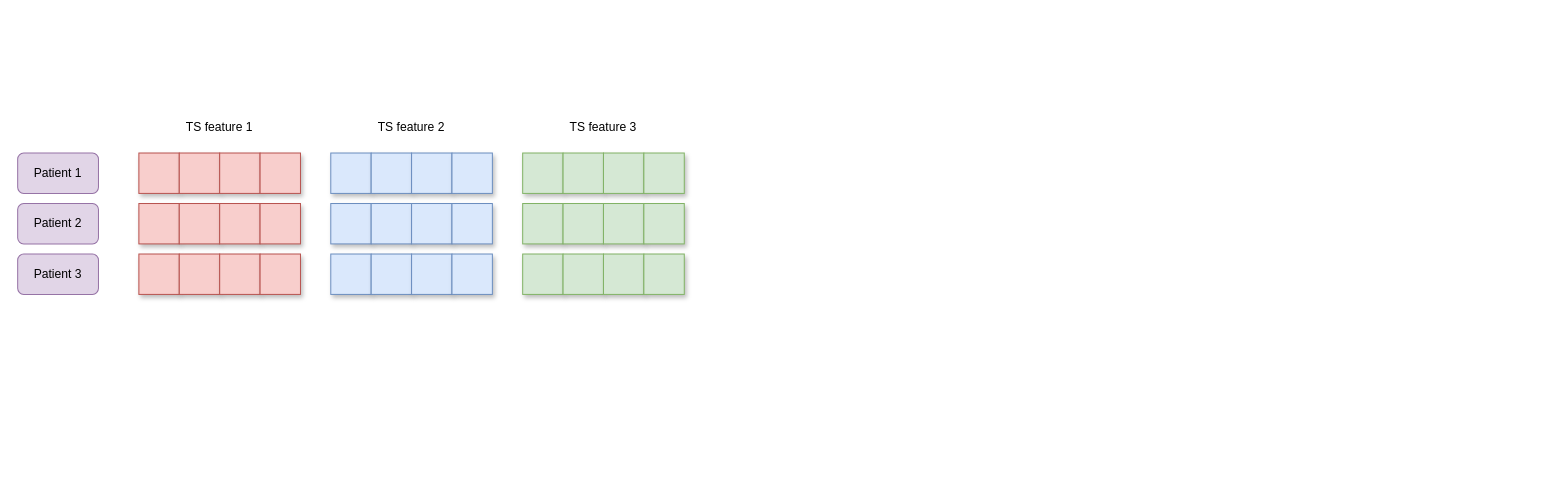
Before: diagrams/TSPFN-subspace.drawio in Jeremstym/pretrainingTSPFN, a draw.io diagram. Source tidied: cells renumbered, new cells numbered last; positions are measured from the earlier drawing's top-left corner, leaving out a move shared by most shapes. Both pictures are drawn from the tidied source at 101%, with x=0, y=0 at pixel (17, 112).
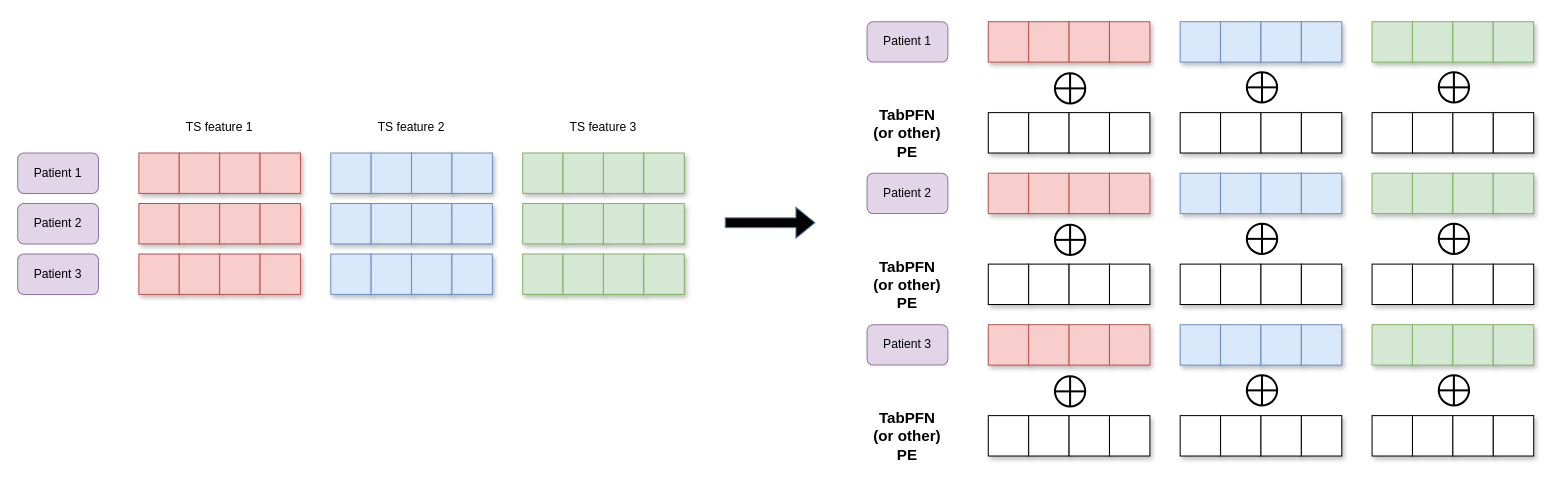
Above is the later version.

Commit message (it also covers changes not shown here):
Mettre à jour TSPFN-subspace.drawio

What changed in the source:
```diff
@@
+    <mxCell id="44" value="Patient 1" style="rounded=1;whiteSpace=wrap;html=1;fillColor=#e1d5e7;strokeColor=#9673a6;" parent="1" vertex="1">
+      <mxGeometry x="841" y="-90" width="80" height="40" as="geometry" />
+    </mxCell>
+    <mxCell id="45" value="Patient 2" style="rounded=1;whiteSpace=wrap;html=1;fillColor=#e1d5e7;strokeColor=#9673a6;" parent="1" vertex="1">
+      <mxGeometry x="841" y="60" width="80" height="40" as="geometry" />
+    </mxCell>
+    <mxCell id="46" value="Patient 3" style="rounded=1;whiteSpace=wrap;html=1;fillColor=#e1d5e7;strokeColor=#9673a6;" parent="1" vertex="1">
+      <mxGeometry x="841" y="210" width="80" height="40" as="geometry" />
+    </mxCell>
+    <mxCell id="47" style="rounded=0;whiteSpace=wrap;html=1;fillColor=#f8cecc;strokeColor=#b85450;shadow=1;" parent="1" vertex="1">
+      <mxGeometry x="961" y="-90" width="40" height="40" as="geometry" />
+    </mxCell>
+    <mxCell id="48" style="rounded=0;whiteSpace=wrap;html=1;fillColor=#f8cecc;strokeColor=#b85450;shadow=1;" parent="1" vertex="1">
+      <mxGeometry x="1001" y="-90" width="40" height="40" as="geometry" />
+    </mxCell>
+    <mxCell id="49" style="rounded=0;whiteSpace=wrap;html=1;fillColor=#f8cecc;strokeColor=#b85450;shadow=1;" parent="1" vertex="1">
+      <mxGeometry x="1041" y="-90" width="40" height="40" as="geometry" />
+    </mxCell>
+    <mxCell id="50" style="rounded=0;whiteSpace=wrap;html=1;fillColor=#f8cecc;strokeColor=#b85450;shadow=1;" parent="1" vertex="1">
+      <mxGeometry x="1081" y="-90" width="40" height="40" as="geometry" />
+    </mxCell>
+    <mxCell id="51" style="rounded=0;whiteSpace=wrap;html=1;fillColor=#dae8fc;strokeColor=#6c8ebf;shadow=1;" parent="1" vertex="1">
+      <mxGeometry x="1151" y="-90" width="40" height="40" as="geometry" />
+    </mxCell>
+    <mxCell id="52" style="rounded=0;whiteSpace=wrap;html=1;fillColor=#dae8fc;strokeColor=#6c8ebf;shadow=1;" parent="1" vertex="1">
+      <mxGeometry x="1191" y="-90" width="40" height="40" as="geometry" />
+    </mxCell>
+    <mxCell id="53" style="rounded=0;whiteSpace=wrap;html=1;fillColor=#dae8fc;strokeColor=#6c8ebf;shadow=1;" parent="1" vertex="1">
+      <mxGeometry x="1231" y="-90" width="40" height="40" as="geometry" />
+    </mxCell>
+    <mxCell id="54" style="rounded=0;whiteSpace=wrap;html=1;fillColor=#dae8fc;strokeColor=#6c8ebf;shadow=1;" parent="1" vertex="1">
+      <mxGeometry x="1271" y="-90" width="40" height="40" as="geometry" />
+    </mxCell>
+    <mxCell id="55" style="rounded=0;whiteSpace=wrap;html=1;fillColor=#d5e8d4;strokeColor=#82b366;shadow=1;" parent="1" vertex="1">
+      <mxGeometry x="1341" y="-90" width="40" height="40" as="geometry" />
+    </mxCell>
+    <mxCell id="56" style="rounded=0;whiteSpace=wrap;html=1;fillColor=#d5e8d4;strokeColor=#82b366;shadow=1;" parent="1" vertex="1">
+      <mxGeometry x="1381" y="-90" width="40" height="40" as="geometry" />
+    </mxCell>
+    <mxCell id="57" style="rounded=0;whiteSpace=wrap;html=1;fillColor=#d5e8d4;strokeColor=#82b366;shadow=1;" parent="1" vertex="1">
+      <mxGeometry x="1421" y="-90" width="40" height="40" as="geometry" />
+    </mxCell>
+    <mxCell id="58" style="rounded=0;whiteSpace=wrap;html=1;fillColor=#d5e8d4;strokeColor=#82b366;shadow=1;" parent="1" vertex="1">
+      <mxGeometry x="1461" y="-90" width="40" height="40" as="geometry" />
+    </mxCell>
+    <mxCell id="59" style="rounded=0;whiteSpace=wrap;html=1;fillColor=#f8cecc;strokeColor=#b85450;shadow=1;" parent="1" vertex="1">
+      <mxGeometry x="961" y="60" width="40" height="40" as="geometry" />
+    </mxCell>
+    <mxCell id="60" style="rounded=0;whiteSpace=wrap;html=1;fillColor=#f8cecc;strokeColor=#b85450;shadow=1;" parent="1" vertex="1">
+      <mxGeometry x="1001" y="60" width="40" height="40" as="geometry" />
+    </mxCell>
+    <mxCell id="61" style="rounded=0;whiteSpace=wrap;html=1;fillColor=#f8cecc;strokeColor=#b85450;shadow=1;" parent="1" vertex="1">
+      <mxGeometry x="1041" y="60" width="40" height="40" as="geometry" />
+    </mxCell>
+    <mxCell id="62" style="rounded=0;whiteSpace=wrap;html=1;fillColor=#f8cecc;strokeColor=#b85450;shadow=1;" parent="1" vertex="1">
+      <mxGeometry x="1081" y="60" width="40" height="40" as="geometry" />
+    </mxCell>
+    <mxCell id="63" style="rounded=0;whiteSpace=wrap;html=1;fillColor=#dae8fc;strokeColor=#6c8ebf;shadow=1;" parent="1" vertex="1">
+      <mxGeometry x="1151" y="60" width="40" height="40" as="geometry" />
+    </mxCell>
+    <mxCell id="64" style="rounded=0;whiteSpace=wrap;html=1;fillColor=#dae8fc;strokeColor=#6c8ebf;shadow=1;" parent="1" vertex="1">
+      <mxGeometry x="1191" y="60" width="40" height="40" as="geometry" />
+    </mxCell>
+    <mxCell id="65" style="rounded=0;whiteSpace=wrap;html=1;fillColor=#dae8fc;strokeColor=#6c8ebf;shadow=1;" parent="1" vertex="1">
+      <mxGeometry x="1231" y="60" width="40" height="40" as="geometry" />
+    </mxCell>
+    <mxCell id="66" style="rounded=0;whiteSpace=wrap;html=1;fillColor=#dae8fc;strokeColor=#6c8ebf;shadow=1;" parent="1" vertex="1">
+      <mxGeometry x="1271" y="60" width="40" height="40" as="geometry" />
+    </mxCell>
+    <mxCell id="67" style="rounded=0;whiteSpace=wrap;html=1;fillColor=#d5e8d4;strokeColor=#82b366;shadow=1;" parent="1" vertex="1">
+      <mxGeometry x="1341" y="60" width="40" height="40" as="geometry" />
+    </mxCell>
+    <mxCell id="68" style="rounded=0;whiteSpace=wrap;html=1;fillColor=#d5e8d4;strokeColor=#82b366;shadow=1;" parent="1" vertex="1">
+      <mxGeometry x="1381" y="60" width="40" height="40" as="geometry" />
+    </mxCell>
+    <mxCell id="69" style="rounded=0;whiteSpace=wrap;html=1;fillColor=#d5e8d4;strokeColor=#82b366;shadow=1;" parent="1" vertex="1">
+      <mxGeometry x="1421" y="60" width="40" height="40" as="geometry" />
+    </mxCell>
+    <mxCell id="70" style="rounded=0;whiteSpace=wrap;html=1;fillColor=#d5e8d4;strokeColor=#82b366;shadow=1;" parent="1" vertex="1">
+      <mxGeometry x="1461" y="60" width="40" height="40" as="geometry" />
+    </mxCell>
+    <mxCell id="71" style="rounded=0;whiteSpace=wrap;html=1;fillColor=#f8cecc;strokeColor=#b85450;shadow=1;" parent="1" vertex="1">
+      <mxGeometry x="961" y="210" width="40" height="40" as="geometry" />
+    </mxCell>
+    <mxCell id="72" style="rounded=0;whiteSpace=wrap;html=1;fillColor=#f8cecc;strokeColor=#b85450;shadow=1;" parent="1" vertex="1">
+      <mxGeometry x="1001" y="210" width="40" height="40" as="geometry" />
+    </mxCell>
+    <mxCell id="73" style="rounded=0;whiteSpace=wrap;html=1;fillColor=#f8cecc;strokeColor=#b85450;shadow=1;" parent="1" vertex="1">
+      <mxGeometry x="1041" y="210" width="40" height="40" as="geometry" />
+    </mxCell>
+    <mxCell id="74" style="rounded=0;whiteSpace=wrap;html=1;fillColor=#f8cecc;strokeColor=#b85450;shadow=1;" parent="1" vertex="1">
+      <mxGeometry x="1081" y="210" width="40" height="40" as="geometry" />
+    </mxCell>
+    <mxCell id="75" style="rounded=0;whiteSpace=wrap;html=1;fillColor=#dae8fc;strokeColor=#6c8ebf;shadow=1;" parent="1" vertex="1">
+      <mxGeometry x="1151" y="210" width="40" height="40" as="geometry" />
+    </mxCell>
+    <mxCell id="76" style="rounded=0;whiteSpace=wrap;html=1;fillColor=#dae8fc;strokeColor=#6c8ebf;shadow=1;" parent="1" vertex="1">
+      <mxGeometry x="1191" y="210" width="40" height="40" as="geometry" />
+    </mxCell>
+    <mxCell id="77" style="rounded=0;whiteSpace=wrap;html=1;fillColor=#dae8fc;strokeColor=#6c8ebf;shadow=1;" parent="1" vertex="1">
+      <mxGeometry x="1231" y="210" width="40" height="40" as="geometry" />
+    </mxCell>
+    <mxCell id="78" style="rounded=0;whiteSpace=wrap;html=1;fillColor=#dae8fc;strokeColor=#6c8ebf;shadow=1;" parent="1" vertex="1">
+      <mxGeometry x="1271" y="210" width="40" height="40" as="geometry" />
+    </mxCell>
+    <mxCell id="79" style="rounded=0;whiteSpace=wrap;html=1;fillColor=#d5e8d4;strokeColor=#82b366;shadow=1;" parent="1" vertex="1">
+      <mxGeometry x="1341" y="210" width="40" height="40" as="geometry" />
+    </mxCell>
+    <mxCell id="80" style="rounded=0;whiteSpace=wrap;html=1;fillColor=#d5e8d4;strokeColor=#82b366;shadow=1;" parent="1" vertex="1">
+      <mxGeometry x="1381" y="210" width="40" height="40" as="geometry" />
+    </mxCell>
+    <mxCell id="81" style="rounded=0;whiteSpace=wrap;html=1;fillColor=#d5e8d4;strokeColor=#82b366;shadow=1;" parent="1" vertex="1">
+      <mxGeometry x="1421" y="210" width="40" height="40" as="geometry" />
+    </mxCell>
+    <mxCell id="82" style="rounded=0;whiteSpace=wrap;html=1;fillColor=#d5e8d4;strokeColor=#82b366;shadow=1;" parent="1" vertex="1">
+      <mxGeometry x="1461" y="210" width="40" height="40" as="geometry" />
+    </mxCell>
+    <mxCell id="83" style="rounded=0;whiteSpace=wrap;html=1;shadow=1;" parent="1" vertex="1">
+      <mxGeometry x="961" width="40" height="40" as="geometry" />
+    </mxCell>
+    <mxCell id="84" style="rounded=0;whiteSpace=wrap;html=1;shadow=1;" parent="1" vertex="1">
+      <mxGeometry x="1001" width="40" height="40" as="geometry" />
+    </mxCell>
+    <mxCell id="85" style="rounded=0;whiteSpace=wrap;html=1;shadow=1;" parent="1" vertex="1">
+      <mxGeometry x="1041" width="40" height="40" as="geometry" />
+    </mxCell>
+    <mxCell id="86" style="rounded=0;whiteSpace=wrap;html=1;shadow=1;" parent="1" vertex="1">
+      <mxGeometry x="1081" width="40" height="40" as="geometry" />
+    </mxCell>
+    <mxCell id="87" style="rounded=0;whiteSpace=wrap;html=1;shadow=1;" parent="1" vertex="1">
+      <mxGeometry x="1151" width="40" height="40" as="geometry" />
+    </mxCell>
+    <mxCell id="88" style="rounded=0;whiteSpace=wrap;html=1;shadow=1;" parent="1" vertex="1">
+      <mxGeometry x="1191" width="40" height="40" as="geometry" />
+    </mxCell>
+    <mxCell id="89" style="rounded=0;whiteSpace=wrap;html=1;shadow=1;" parent="1" vertex="1">
+      <mxGeometry x="1231" width="40" height="40" as="geometry" />
+    </mxCell>
+    <mxCell id="90" style="rounded=0;whiteSpace=wrap;html=1;shadow=1;" parent="1" vertex="1">
+      <mxGeometry x="1271" width="40" height="40" as="geometry" />
+    </mxCell>
+    <mxCell id="91" style="rounded=0;whiteSpace=wrap;html=1;shadow=1;" parent="1" vertex="1">
+      <mxGeometry x="1341" width="40" height="40" as="geometry" />
+    </mxCell>
+    <mxCell id="92" style="rounded=0;whiteSpace=wrap;html=1;shadow=1;" parent="1" vertex="1">
+      <mxGeometry x="1381" width="40" height="40" as="geometry" />
+    </mxCell>
+    <mxCell id="93" style="rounded=0;whiteSpace=wrap;html=1;shadow=1;" parent="1" vertex="1">
+      <mxGeometry x="1421" width="40" height="40" as="geometry" />
+    </mxCell>
+    <mxCell id="94" style="rounded=0;whiteSpace=wrap;html=1;shadow=1;" parent="1" vertex="1">
+      <mxGeometry x="1461" width="40" height="40" as="geometry" />
+    </mxCell>
+    <mxCell id="95" style="shape=orEllipse;perimeter=ellipsePerimeter;whiteSpace=wrap;html=1;backgroundOutline=1;strokeWidth=2;" parent="1" vertex="1">
+      <mxGeometry x="1027" y="-39" width="30" height="30" as="geometry" />
+    </mxCell>
+    <mxCell id="96" style="shape=orEllipse;perimeter=ellipsePerimeter;whiteSpace=wrap;html=1;backgroundOutline=1;strokeWidth=2;" parent="1" vertex="1">
+      <mxGeometry x="1217" y="-40" width="30" height="30" as="geometry" />
+    </mxCell>
+    <mxCell id="97" style="shape=orEllipse;perimeter=ellipsePerimeter;whiteSpace=wrap;html=1;backgroundOutline=1;strokeWidth=2;" parent="1" vertex="1">
+      <mxGeometry x="1407" y="-40" width="30" height="30" as="geometry" />
+    </mxCell>
+    <mxCell id="98" style="rounded=0;whiteSpace=wrap;html=1;shadow=1;" parent="1" vertex="1">
+      <mxGeometry x="961" y="150" width="40" height="40" as="geometry" />
+    </mxCell>
+    <mxCell id="99" style="rounded=0;whiteSpace=wrap;html=1;shadow=1;" parent="1" vertex="1">
+      <mxGeometry x="1001" y="150" width="40" height="40" as="geometry" />
+    </mxCell>
+    <mxCell id="100" style="rounded=0;whiteSpace=wrap;html=1;shadow=1;" parent="1" vertex="1">
+      <mxGeometry x="1041" y="150" width="40" height="40" as="geometry" />
+    </mxCell>
+    <mxCell id="101" style="rounded=0;whiteSpace=wrap;html=1;shadow=1;" parent="1" vertex="1">
+      <mxGeometry x="1081" y="150" width="40" height="40" as="geometry" />
+    </mxCell>
+    <mxCell id="102" style="rounded=0;whiteSpace=wrap;html=1;shadow=1;" parent="1" vertex="1">
+      <mxGeometry x="1151" y="150" width="40" height="40" as="geometry" />
+    </mxCell>
+    <mxCell id="103" style="rounded=0;whiteSpace=wrap;html=1;shadow=1;" parent="1" vertex="1">
+      <mxGeometry x="1191" y="150" width="40" height="40" as="geometry" />
+    </mxCell>
+    <mxCell id="104" style="rounded=0;whiteSpace=wrap;html=1;shadow=1;" parent="1" vertex="1">
+      <mxGeometry x="1231" y="150" width="40" height="40" as="geometry" />
+    </mxCell>
+    <mxCell id="105" style="rounded=0;whiteSpace=wrap;html=1;shadow=1;" parent="1" vertex="1">
+      <mxGeometry x="1271" y="150" width="40" height="40" as="geometry" />
+    </mxCell>
+    <mxCell id="106" style="rounded=0;whiteSpace=wrap;html=1;shadow=1;" parent="1" vertex="1">
+      <mxGeometry x="1341" y="150" width="40" height="40" as="geometry" />
+    </mxCell>
+    <mxCell id="107" style="rounded=0;whiteSpace=wrap;html=1;shadow=1;" parent="1" vertex="1">
+      <mxGeometry x="1381" y="150" width="40" height="40" as="geometry" />
+    </mxCell>
+    <mxCell id="108" style="rounded=0;whiteSpace=wrap;html=1;shadow=1;" parent="1" vertex="1">
+      <mxGeometry x="1421" y="150" width="40" height="40" as="geometry" />
+    </mxCell>
+    <mxCell id="109" style="rounded=0;whiteSpace=wrap;html=1;shadow=1;" parent="1" vertex="1">
+      <mxGeometry x="1461" y="150" width="40" height="40" as="geometry" />
+    </mxCell>
+    <mxCell id="110" style="shape=orEllipse;perimeter=ellipsePerimeter;whiteSpace=wrap;html=1;backgroundOutline=1;strokeWidth=2;" parent="1" vertex="1">
+      <mxGeometry x="1027" y="111" width="30" height="30" as="geometry" />
+    </mxCell>
+    <mxCell id="111" style="shape=orEllipse;perimeter=ellipsePerimeter;whiteSpace=wrap;html=1;backgroundOutline=1;strokeWidth=2;" parent="1" vertex="1">
+      <mxGeometry x="1217" y="110" width="30" height="30" as="geometry" />
+    </mxCell>
+    <mxCell id="112" style="shape=orEllipse;perimeter=ellipsePerimeter;whiteSpace=wrap;html=1;backgroundOutline=1;strokeWidth=2;" parent="1" vertex="1">
+      <mxGeometry x="1407" y="110" width="30" height="30" as="geometry" />
+    </mxCell>
+    <mxCell id="113" style="rounded=0;whiteSpace=wrap;html=1;shadow=1;" parent="1" vertex="1">
+      <mxGeometry x="961" y="300" width="40" height="40" as="geometry" />
+    </mxCell>
+    <mxCell id="114" style="rounded=0;whiteSpace=wrap;html=1;shadow=1;" parent="1" vertex="1">
+      <mxGeometry x="1001" y="300" width="40" height="40" as="geometry" />
+    </mxCell>
+    <mxCell id="115" style="rounded=0;whiteSpace=wrap;html=1;shadow=1;" parent="1" vertex="1">
+      <mxGeometry x="1041" y="300" width="40" height="40" as="geometry" />
+    </mxCell>
+    <mxCell id="116" style="rounded=0;whiteSpace=wrap;html=1;shadow=1;" parent="1" vertex="1">
+      <mxGeometry x="1081" y="300" width="40" height="40" as="geometry" />
+    </mxCell>
+    <mxCell id="117" style="rounded=0;whiteSpace=wrap;html=1;shadow=1;" parent="1" vertex="1">
+      <mxGeometry x="1151" y="300" width="40" height="40" as="geometry" />
+    </mxCell>
+    <mxCell id="118" style="rounded=0;whiteSpace=wrap;html=1;shadow=1;" parent="1" vertex="1">
+      <mxGeometry x="1191" y="300" width="40" height="40" as="geometry" />
+    </mxCell>
+    <mxCell id="119" style="rounded=0;whiteSpace=wrap;html=1;shadow=1;" parent="1" vertex="1">
+      <mxGeometry x="1231" y="300" width="40" height="40" as="geometry" />
+    </mxCell>
+    <mxCell id="120" style="rounded=0;whiteSpace=wrap;html=1;shadow=1;" parent="1" vertex="1">
+      <mxGeometry x="1271" y="300" width="40" height="40" as="geometry" />
+    </mxCell>
+    <mxCell id="121" style="rounded=0;whiteSpace=wrap;html=1;shadow=1;" parent="1" vertex="1">
+      <mxGeometry x="1341" y="300" width="40" height="40" as="geometry" />
+    </mxCell>
+    <mxCell id="122" style="rounded=0;whiteSpace=wrap;html=1;shadow=1;" parent="1" vertex="1">
+      <mxGeometry x="1381" y="300" width="40" height="40" as="geometry" />
+    </mxCell>
+    <mxCell id="123" style="rounded=0;whiteSpace=wrap;html=1;shadow=1;" parent="1" vertex="1">
+      <mxGeometry x="1421" y="300" width="40" height="40" as="geometry" />
+    </mxCell>
+    <mxCell id="124" style="rounded=0;whiteSpace=wrap;html=1;shadow=1;" parent="1" vertex="1">
+      <mxGeometry x="1461" y="300" width="40" height="40" as="geometry" />
+    </mxCell>
+    <mxCell id="125" style="shape=orEllipse;perimeter=ellipsePerimeter;whiteSpace=wrap;html=1;backgroundOutline=1;strokeWidth=2;" parent="1" vertex="1">
+      <mxGeometry x="1027" y="261" width="30" height="30" as="geometry" />
+    </mxCell>
+    <mxCell id="126" style="shape=orEllipse;perimeter=ellipsePerimeter;whiteSpace=wrap;html=1;backgroundOutline=1;strokeWidth=2;" parent="1" vertex="1">
+      <mxGeometry x="1217" y="260" width="30" height="30" as="geometry" />
+    </mxCell>
+    <mxCell id="127" style="shape=orEllipse;perimeter=ellipsePerimeter;whiteSpace=wrap;html=1;backgroundOutline=1;strokeWidth=2;" parent="1" vertex="1">
+      <mxGeometry x="1407" y="260" width="30" height="30" as="geometry" />
+    </mxCell>
+    <mxCell id="128" value="&lt;font style=&quot;font-size: 15px;&quot;&gt;&lt;b&gt;TabPFN (or other) PE&lt;/b&gt;&lt;/font&gt;" style="text;html=1;whiteSpace=wrap;strokeColor=none;fillColor=none;align=center;verticalAlign=middle;rounded=0;" parent="1" vertex="1">
+      <mxGeometry x="846" y="-5" width="70" height="50" as="geometry" />
+    </mxCell>
+    <mxCell id="129" value="&lt;font style=&quot;font-size: 15px;&quot;&gt;&lt;b&gt;TabPFN (or other) PE&lt;/b&gt;&lt;/font&gt;" style="text;html=1;whiteSpace=wrap;strokeColor=none;fillColor=none;align=center;verticalAlign=middle;rounded=0;" parent="1" vertex="1">
+      <mxGeometry x="846" y="145" width="70" height="50" as="geometry" />
+    </mxCell>
+    <mxCell id="130" value="&lt;font style=&quot;font-size: 15px;&quot;&gt;&lt;b&gt;TabPFN (or other) PE&lt;/b&gt;&lt;/font&gt;" style="text;html=1;whiteSpace=wrap;strokeColor=none;fillColor=none;align=center;verticalAlign=middle;rounded=0;" parent="1" vertex="1">
+      <mxGeometry x="846" y="295" width="70" height="50" as="geometry" />
+    </mxCell>
+    <mxCell id="131" style="shape=flexArrow;endArrow=classic;html=1;rounded=0;fillColor=#dae8fc;strokeColor=#6c8ebf;gradientColor=light-dark(#5ba8d7, #ededed);" parent="1" edge="1">
+      <mxGeometry relative="1" as="geometry">
+        <mxPoint x="700" y="109" as="sourcePoint" />
+        <mxPoint x="790" y="109" as="targetPoint" />
+      </mxGeometry>
+    </mxCell>
```
